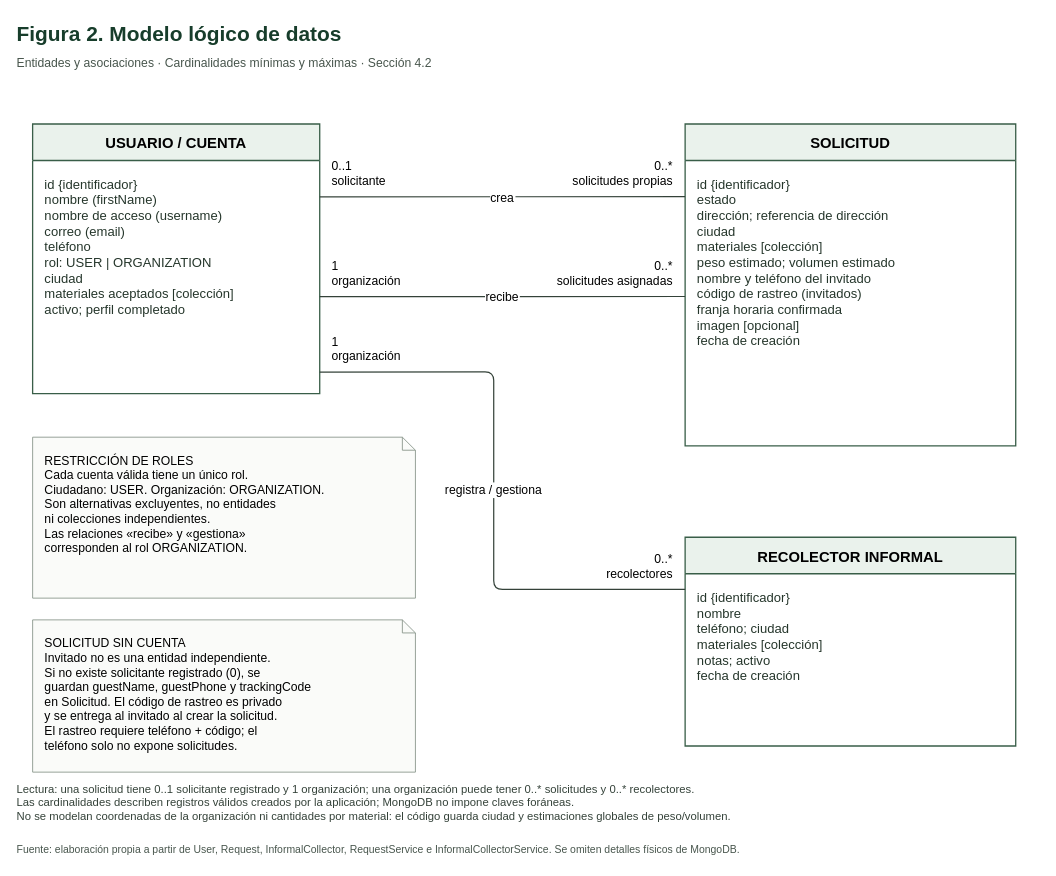
Before: docs/diagrams/figura2-modelo-logico.drawio in fedegonc/residuosolido, a draw.io diagram. Source tidied: cells renumbered, new cells numbered last; positions are measured from the earlier drawing's top-left corner, leaving out a move shared by most shapes. Both pictures are drawn from the tidied source at 87%, with x=0, y=0 at pixel (15, 15).
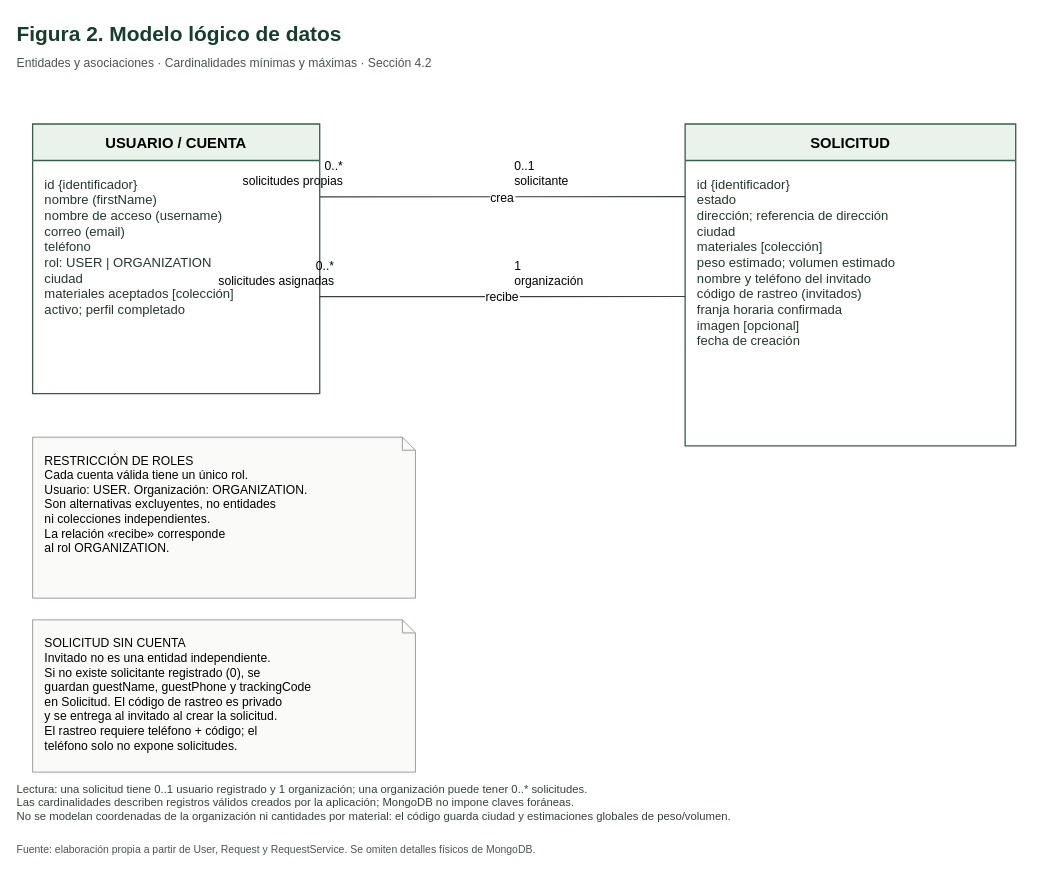
The same page after the edit.

Unchanged cells that the change refers to:
```xml
<mxCell id="4" value="USUARIO / CUENTA" style="swimlane;startSize=42;horizontal=1;rounded=0;html=0;fontFamily=Helvetica;fontSize=17;fontStyle=1;fillColor=#eaf2ec;swimlaneFillColor=#ffffff;strokeColor=#395e48;strokeWidth=1.5;" parent="1" vertex="1">
  <mxGeometry x="20" y="125" width="330" height="310" as="geometry" />
</mxCell>
<mxCell id="6" value="SOLICITUD" style="swimlane;startSize=42;horizontal=1;rounded=0;html=0;fontFamily=Helvetica;fontSize=17;fontStyle=1;fillColor=#eaf2ec;swimlaneFillColor=#ffffff;strokeColor=#395e48;strokeWidth=1.5;" parent="1" vertex="1">
  <mxGeometry x="770" y="125" width="380" height="370" as="geometry" />
</mxCell>
```

Change to the diagram source:
```diff
@@
-    <mxCell id="8" value="RECOLECTOR INFORMAL" style="swimlane;startSize=42;horizontal=1;rounded=0;html=0;fontFamily=Helvetica;fontSize=17;fontStyle=1;fillColor=#eaf2ec;swimlaneFillColor=#ffffff;strokeColor=#395e48;strokeWidth=1.5;" parent="1" vertex="1">
-      <mxGeometry x="770" y="600" width="380" height="240" as="geometry" />
-    </mxCell>
-    <mxCell id="9" value="id {identificador}&#10;nombre&#10;teléfono; ciudad&#10;materiales [colección]&#10;notas; activo&#10;fecha de creación" style="text;html=0;whiteSpace=wrap;align=left;verticalAlign=top;spacing=14;fontFamily=Helvetica;fontSize=15;fontColor=#25362b;" parent="8" vertex="1">
-      <mxGeometry y="42" width="380" height="198" as="geometry" />
-    </mxCell>
-    <mxCell id="10" value="crea" style="endArrow=none;startArrow=none;html=0;fontFamily=Helvetica;fontSize=14;labelBackgroundColor=#ffffff;strokeColor=#344239;strokeWidth=1.4;exitX=1;exitY=0.27;entryX=0;entryY=0.226;exitX=1.0;exitY=0.27;exitDx=0;exitDy=0;exitPerimeter=0;entryX=0.0;entryY=0.226;entryDx=0;entryDy=0;entryPerimeter=0;" parent="1" edge="1" source="4" target="6">
+    <mxCell id="10" value="crea" style="endArrow=none;startArrow=none;html=0;fontFamily=Helvetica;fontSize=14;labelBackgroundColor=#ffffff;strokeColor=#344239;strokeWidth=1.4;exitX=1;exitY=0.27;entryX=0;entryY=0.226;exitX=1.0;exitY=0.27;exitDx=0;exitDy=0;exitPerimeter=0;entryX=0.0;entryY=0.226;entryDx=0;entryDy=0;entryPerimeter=0;exitX=1.0;exitY=0.27;exitDx=0;exitDy=0;exitPerimeter=0;entryX=0.0;entryY=0.226;entryDx=0;entryDy=0;entryPerimeter=0;" parent="1" edge="1" source="4" target="6">
       <mxGeometry relative="1" as="geometry" />
     </mxCell>
     <mxCell id="11" value="0..1&#10;solicitante" style="text;html=0;fontFamily=Helvetica;fontSize=14;align=left;" parent="10" vertex="1">
-      <mxGeometry x="-1" width="150" height="40" relative="1" as="geometry">
+      <mxGeometry relative="1" as="geometry">
         <mxPoint x="12" y="-50" as="offset" />
       </mxGeometry>
     </mxCell>
     <mxCell id="12" value="0..*&#10;solicitudes propias" style="text;html=0;fontFamily=Helvetica;fontSize=14;align=right;" parent="10" vertex="1">
-      <mxGeometry x="1" width="170" height="40" relative="1" as="geometry">
+      <mxGeometry relative="1" as="geometry">
         <mxPoint x="-182" y="-50" as="offset" />
       </mxGeometry>
     </mxCell>
-    <mxCell id="13" value="recibe" style="endArrow=none;startArrow=none;html=0;fontFamily=Helvetica;fontSize=14;labelBackgroundColor=#ffffff;strokeColor=#344239;strokeWidth=1.4;exitX=1;exitY=0.64;entryX=0;entryY=0.536;exitX=1.0;exitY=0.64;exitDx=0;exitDy=0;exitPerimeter=0;entryX=0.0;entryY=0.536;entryDx=0;entryDy=0;entryPerimeter=0;" parent="1" edge="1" source="4" target="6">
+    <mxCell id="13" value="recibe" style="endArrow=none;startArrow=none;html=0;fontFamily=Helvetica;fontSize=14;labelBackgroundColor=#ffffff;strokeColor=#344239;strokeWidth=1.4;exitX=1;exitY=0.64;entryX=0;entryY=0.536;exitX=1.0;exitY=0.64;exitDx=0;exitDy=0;exitPerimeter=0;entryX=0.0;entryY=0.536;entryDx=0;entryDy=0;entryPerimeter=0;exitX=1.0;exitY=0.64;exitDx=0;exitDy=0;exitPerimeter=0;entryX=0.0;entryY=0.536;entryDx=0;entryDy=0;entryPerimeter=0;" parent="1" edge="1" source="4" target="6">
       <mxGeometry relative="1" as="geometry" />
     </mxCell>
     <mxCell id="14" value="1&#10;organización" style="text;html=0;fontFamily=Helvetica;fontSize=14;align=left;" parent="13" vertex="1">
-      <mxGeometry x="-1" width="150" height="40" relative="1" as="geometry">
+      <mxGeometry relative="1" as="geometry">
         <mxPoint x="12" y="-50" as="offset" />
       </mxGeometry>
     </mxCell>
     <mxCell id="15" value="0..*&#10;solicitudes asignadas" style="text;html=0;fontFamily=Helvetica;fontSize=14;align=right;" parent="13" vertex="1">
-      <mxGeometry x="1" width="180" height="40" relative="1" as="geometry">
+      <mxGeometry relative="1" as="geometry">
         <mxPoint x="-192" y="-50" as="offset" />
       </mxGeometry>
     </mxCell>
-    <mxCell id="16" value="registra / gestiona" style="endArrow=none;startArrow=none;html=0;fontFamily=Helvetica;fontSize=14;labelBackgroundColor=#ffffff;strokeColor=#344239;strokeWidth=1.4;exitX=1;exitY=0.92;entryX=0;entryY=0.25;exitX=1.0;exitY=0.92;exitDx=0;exitDy=0;exitPerimeter=0;entryX=0.0;entryY=0.25;entryDx=0;entryDy=0;entryPerimeter=0;" parent="1" edge="1" source="4" target="8">
-      <mxGeometry relative="1" as="geometry">
-        <Array as="points">
-          <mxPoint x="550" y="410" />
-          <mxPoint x="550" y="660" />
-        </Array>
-      </mxGeometry>
-    </mxCell>
-    <mxCell id="17" value="1&#10;organización" style="text;html=0;fontFamily=Helvetica;fontSize=14;align=left;" parent="16" vertex="1">
-      <mxGeometry x="-1" width="150" height="40" relative="1" as="geometry">
-        <mxPoint x="12" y="-50" as="offset" />
-      </mxGeometry>
-    </mxCell>
-    <mxCell id="18" value="0..*&#10;recolectores" style="text;html=0;fontFamily=Helvetica;fontSize=14;align=right;" parent="16" vertex="1">
-      <mxGeometry x="1" width="135" height="40" relative="1" as="geometry">
-        <mxPoint x="-147" y="-50" as="offset" />
-      </mxGeometry>
-    </mxCell>
-    <mxCell id="19" value="RESTRICCIÓN DE ROLES&#10;Cada cuenta válida tiene un único rol.&#10;Ciudadano: USER. Organización: ORGANIZATION.&#10;Son alternativas excluyentes, no entidades&#10;ni colecciones independientes.&#10;Las relaciones «recibe» y «gestiona»&#10;corresponden al rol ORGANIZATION." style="shape=note;size=15;whiteSpace=wrap;html=0;align=left;verticalAlign=top;spacing=14;fontFamily=Helvetica;fontSize=14;fillColor=#fafbf9;strokeColor=#87948a;" parent="1" vertex="1">
+    <mxCell id="19" value="RESTRICCIÓN DE ROLES&#10;Cada cuenta válida tiene un único rol.&#10;Usuario: USER. Organización: ORGANIZATION.&#10;Son alternativas excluyentes, no entidades&#10;ni colecciones independientes.&#10;La relación «recibe» corresponde&#10;al rol ORGANIZATION." style="shape=note;size=15;whiteSpace=wrap;html=0;align=left;verticalAlign=top;spacing=14;fontFamily=Helvetica;fontSize=14;fillColor=#fafbf9;strokeColor=#87948a;" parent="1" vertex="1">
       <mxGeometry x="20" y="485" width="440" height="185" as="geometry" />
     </mxCell>
@@
-    <mxCell id="21" value="Lectura: una solicitud tiene 0..1 solicitante registrado y 1 organización; una organización puede tener 0..* solicitudes y 0..* recolectores.&#10;Las cardinalidades describen registros válidos creados por la aplicación; MongoDB no impone claves foráneas.&#10;No se modelan coordenadas de la organización ni cantidades por material: el código guarda ciudad y estimaciones globales de peso/volumen." style="text;html=0;whiteSpace=wrap;align=left;verticalAlign=top;fontFamily=Helvetica;fontSize=13;fontColor=#344239;" parent="1" vertex="1">
+    <mxCell id="21" value="Lectura: una solicitud tiene 0..1 usuario registrado y 1 organización; una organización puede tener 0..* solicitudes.&#10;Las cardinalidades describen registros válidos creados por la aplicación; MongoDB no impone claves foráneas.&#10;No se modelan coordenadas de la organización ni cantidades por material: el código guarda ciudad y estimaciones globales de peso/volumen." style="text;html=0;whiteSpace=wrap;align=left;verticalAlign=top;fontFamily=Helvetica;fontSize=13;fontColor=#344239;" parent="1" vertex="1">
       <mxGeometry y="875" width="1180" height="65" as="geometry" />
     </mxCell>
-    <mxCell id="22" value="Fuente: elaboración propia a partir de User, Request, InformalCollector, RequestService e InformalCollectorService. Se omiten detalles físicos de MongoDB." style="text;html=0;whiteSpace=wrap;align=left;fontFamily=Helvetica;fontSize=12;fontColor=#48564d;" parent="1" vertex="1">
+    <mxCell id="22" value="Fuente: elaboración propia a partir de User, Request y RequestService. Se omiten detalles físicos de MongoDB." style="text;html=0;whiteSpace=wrap;align=left;fontFamily=Helvetica;fontSize=12;fontColor=#48564d;" parent="1" vertex="1">
       <mxGeometry y="945" width="1180" height="28" as="geometry" />
     </mxCell>
```
